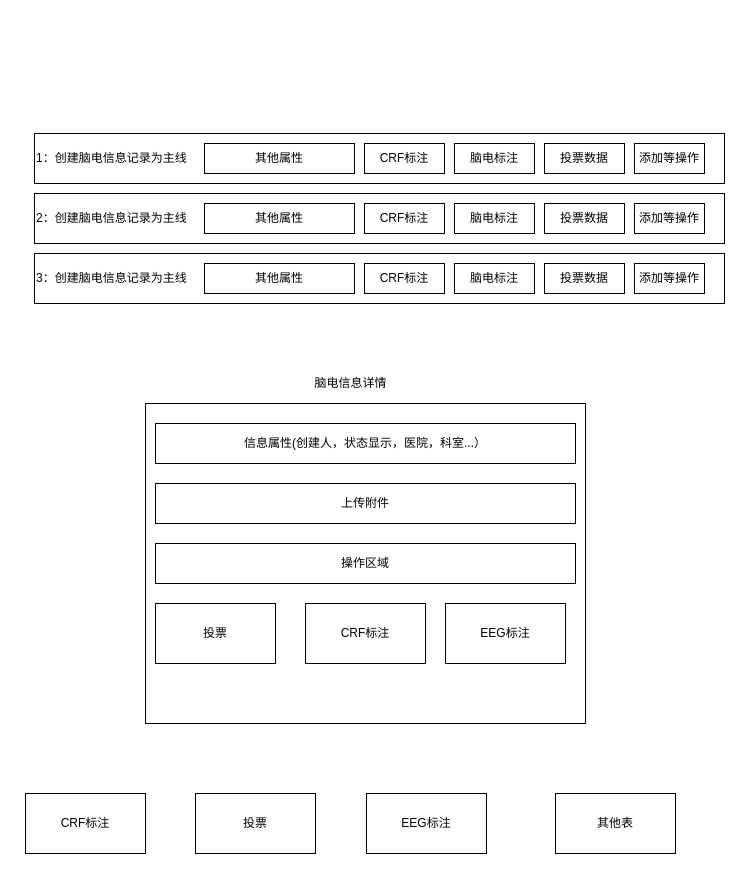
The draw.io diagram save/表概念设计.drawio in chenweihan/UML, before the edit. Source tidied: cells renumbered, new cells numbered last; positions are measured from the earlier drawing's top-left corner, leaving out a move shared by most shapes. Both pictures are drawn from the tidied source at 100%, with x=0, y=0 at pixel (25, 133).
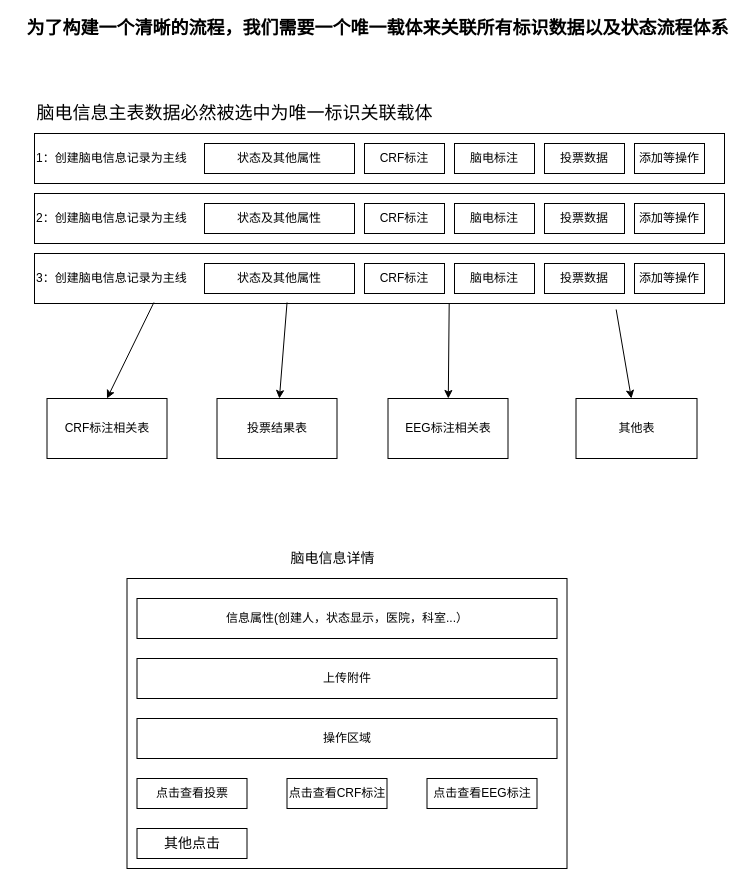
The same page after the edit.

Commit message:
更新表概念设计.drawio

Unchanged cells that the change refers to:
```xml
<mxCell id="22" value="3：创建脑电信息记录为主线" style="rounded=0;whiteSpace=wrap;html=1;align=left;" parent="1" vertex="1">
  <mxGeometry x="9" y="120" width="690" height="50" as="geometry" />
</mxCell>
```

The edit, as a diff of the source:
```diff
@@
     <mxCell id="6" style="rounded=0;whiteSpace=wrap;html=1;" parent="1" vertex="1">
-      <mxGeometry x="120" y="270" width="440" height="320" as="geometry" />
+      <mxGeometry x="101.5" y="445" width="440" height="290" as="geometry" />
     </mxCell>
-    <mxCell id="7" value="脑电信息详情" style="text;html=1;align=center;verticalAlign=middle;strokeColor=none;fillColor=none;" parent="1" vertex="1">
-      <mxGeometry x="280" y="240" width="90" height="20" as="geometry" />
+    <mxCell id="7" value="&lt;font style=&quot;font-size: 14px&quot;&gt;脑电信息详情&lt;/font&gt;" style="text;html=1;align=center;verticalAlign=middle;strokeColor=none;fillColor=none;" parent="1" vertex="1">
+      <mxGeometry x="256.5" y="415" width="100" height="20" as="geometry" />
     </mxCell>
     <mxCell id="8" value="信息属性(创建人，状态显示，医院，科室...）" style="rounded=0;whiteSpace=wrap;html=1;" parent="1" vertex="1">
-      <mxGeometry x="130" y="290" width="420" height="40" as="geometry" />
+      <mxGeometry x="111.5" y="465" width="420" height="40" as="geometry" />
     </mxCell>
@@
     <mxCell id="10" value="上传附件" style="rounded=0;whiteSpace=wrap;html=1;" parent="1" vertex="1">
-      <mxGeometry x="130" y="350" width="420" height="40" as="geometry" />
+      <mxGeometry x="111.5" y="525" width="420" height="40" as="geometry" />
     </mxCell>
     <mxCell id="11" value="操作区域" style="rounded=0;whiteSpace=wrap;html=1;" parent="1" vertex="1">
-      <mxGeometry x="130" y="410" width="420" height="40" as="geometry" />
+      <mxGeometry x="111.5" y="585" width="420" height="40" as="geometry" />
     </mxCell>
-    <mxCell id="12" value="投票" style="rounded=0;whiteSpace=wrap;html=1;" parent="1" vertex="1">
-      <mxGeometry x="130" y="470" width="120" height="60" as="geometry" />
+    <mxCell id="12" value="点击查看投票" style="rounded=0;whiteSpace=wrap;html=1;" parent="1" vertex="1">
+      <mxGeometry x="111.5" y="645" width="110" height="30" as="geometry" />
     </mxCell>
-    <mxCell id="13" value="EEG标注" style="rounded=0;whiteSpace=wrap;html=1;" parent="1" vertex="1">
-      <mxGeometry x="420" y="470" width="120" height="60" as="geometry" />
+    <mxCell id="13" value="点击查看EEG标注" style="rounded=0;whiteSpace=wrap;html=1;" parent="1" vertex="1">
+      <mxGeometry x="401.5" y="645" width="110" height="30" as="geometry" />
     </mxCell>
-    <mxCell id="14" value="CRF标注" style="rounded=0;whiteSpace=wrap;html=1;" parent="1" vertex="1">
-      <mxGeometry x="280" y="470" width="120" height="60" as="geometry" />
+    <mxCell id="14" value="点击查看CRF标注" style="rounded=0;whiteSpace=wrap;html=1;" parent="1" vertex="1">
+      <mxGeometry x="261.5" y="645" width="100" height="30" as="geometry" />
     </mxCell>
-    <mxCell id="15" value="其他属性" style="rounded=0;whiteSpace=wrap;html=1;" parent="1" vertex="1">
+    <mxCell id="15" value="状态及其他属性" style="rounded=0;whiteSpace=wrap;html=1;" parent="1" vertex="1">
       <mxGeometry x="179" y="70" width="150" height="30" as="geometry" />
     </mxCell>
@@
-    <mxCell id="21" value="其他属性" style="rounded=0;whiteSpace=wrap;html=1;" parent="1" vertex="1">
+    <mxCell id="21" value="状态及其他属性" style="rounded=0;whiteSpace=wrap;html=1;" parent="1" vertex="1">
       <mxGeometry x="179" y="10" width="150" height="30" as="geometry" />
     </mxCell>
@@
-    <mxCell id="27" value="其他属性" style="rounded=0;whiteSpace=wrap;html=1;" parent="1" vertex="1">
+    <mxCell id="27" value="状态及其他属性" style="rounded=0;whiteSpace=wrap;html=1;" parent="1" vertex="1">
       <mxGeometry x="179" y="130" width="150" height="30" as="geometry" />
     </mxCell>
-    <mxCell id="28" value="CRF标注" style="rounded=0;whiteSpace=wrap;html=1;" parent="1" vertex="1">
-      <mxGeometry y="660" width="120" height="60" as="geometry" />
+    <mxCell id="28" value="CRF标注相关表" style="rounded=0;whiteSpace=wrap;html=1;" parent="1" vertex="1">
+      <mxGeometry x="21.5" y="265" width="120" height="60" as="geometry" />
     </mxCell>
-    <mxCell id="29" value="投票" style="rounded=0;whiteSpace=wrap;html=1;" parent="1" vertex="1">
-      <mxGeometry x="170" y="660" width="120" height="60" as="geometry" />
+    <mxCell id="29" value="投票结果表" style="rounded=0;whiteSpace=wrap;html=1;" parent="1" vertex="1">
+      <mxGeometry x="191.5" y="265" width="120" height="60" as="geometry" />
     </mxCell>
-    <mxCell id="30" value="EEG标注" style="rounded=0;whiteSpace=wrap;html=1;" parent="1" vertex="1">
-      <mxGeometry x="341" y="660" width="120" height="60" as="geometry" />
+    <mxCell id="30" value="EEG标注相关表" style="rounded=0;whiteSpace=wrap;html=1;" parent="1" vertex="1">
+      <mxGeometry x="362.5" y="265" width="120" height="60" as="geometry" />
     </mxCell>
     <mxCell id="31" value="其他表" style="rounded=0;whiteSpace=wrap;html=1;" parent="1" vertex="1">
-      <mxGeometry x="530" y="660" width="120" height="60" as="geometry" />
+      <mxGeometry x="550.5" y="265" width="121" height="60" as="geometry" />
     </mxCell>
+    <mxCell id="32" value="&lt;b&gt;&lt;font style=&quot;font-size: 18px&quot;&gt;为了构建一个清晰的流程，我们需要一个唯一载体来关联所有标识数据以及状态流程体系&lt;/font&gt;&lt;/b&gt;" style="text;html=1;align=center;verticalAlign=middle;strokeColor=none;fillColor=none;" parent="1" vertex="1">
+      <mxGeometry x="-8.5" y="-115" width="720" height="20" as="geometry" />
+    </mxCell>
+    <mxCell id="33" value="脑电信息主表数据必然被选中为唯一标识关联载体" style="text;html=1;align=center;verticalAlign=middle;strokeColor=none;fillColor=none;fontSize=18;" parent="1" vertex="1">
+      <mxGeometry x="4" y="-35" width="410" height="30" as="geometry" />
+    </mxCell>
+    <mxCell id="34" style="endArrow=classic;html=1;rounded=0;fontSize=18;exitX=0.173;exitY=0.98;exitDx=0;exitDy=0;exitPerimeter=0;entryX=0.5;entryY=0;entryDx=0;entryDy=0;" parent="1" edge="1" source="22" target="28">
+      <mxGeometry relative="1" as="geometry" />
+    </mxCell>
+    <mxCell id="35" style="endArrow=classic;html=1;rounded=0;fontSize=18;exitX=0.366;exitY=0.98;exitDx=0;exitDy=0;exitPerimeter=0;" parent="1" edge="1" source="22" target="29">
+      <mxGeometry relative="1" as="geometry" />
+    </mxCell>
+    <mxCell id="36" style="endArrow=classic;html=1;rounded=0;fontSize=18;exitX=0.601;exitY=1;exitDx=0;exitDy=0;exitPerimeter=0;" parent="1" edge="1" source="22" target="30">
+      <mxGeometry relative="1" as="geometry" />
+    </mxCell>
+    <mxCell id="37" style="endArrow=classic;html=1;rounded=0;fontSize=18;exitX=0.843;exitY=1.12;exitDx=0;exitDy=0;exitPerimeter=0;" parent="1" edge="1" source="22" target="31">
+      <mxGeometry relative="1" as="geometry" />
+    </mxCell>
+    <mxCell id="38" value="其他点击" style="rounded=0;whiteSpace=wrap;html=1;fontSize=14;" parent="1" vertex="1">
+      <mxGeometry x="111.5" y="695" width="110" height="30" as="geometry" />
+    </mxCell>
```
